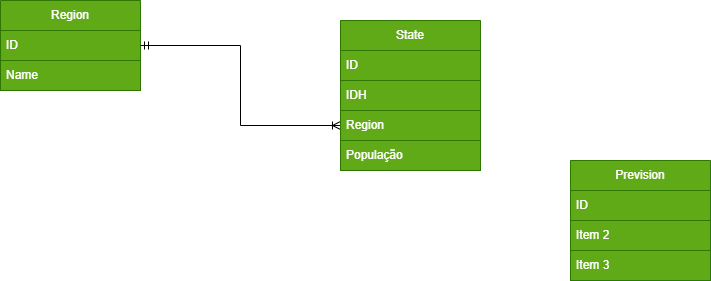
Before: database/lifeProjection.drawio.png, a diagram exported from draw.io (JoaoGabrielPereiraLopes/LifeProjection). Source tidied: cells renumbered, new cells last; positions are measured from the earlier drawing's top-left corner, leaving out a move shared by most shapes.
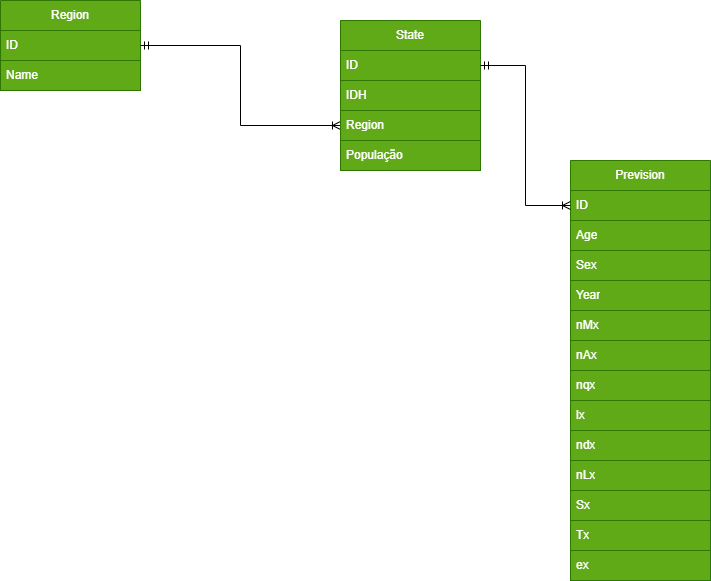
After the commit.

Diff of the diagram source:
```diff
@@ -14,7 +14,7 @@
     <mxCell id="5" style="edgeStyle=orthogonalEdgeStyle;rounded=0;jettySize=auto;html=1;exitX=1;exitY=0.5;exitDx=0;exitDy=0;entryX=0;entryY=0.5;entryDx=0;entryDy=0;startArrow=ERmandOne;startFill=0;endArrow=ERoneToMany;endFill=0;" parent="1" edge="1" source="3" target="9">
       <mxGeometry relative="1" as="geometry" />
     </mxCell>
-    <mxCell id="6" style="group;" parent="1" vertex="1">
+    <mxCell id="6" value="g" style="group;" parent="1" vertex="1">
       <mxGeometry x="340" y="20" width="140" height="120" as="geometry" />
     </mxCell>
     <mxCell id="7" value="State" style="swimlane;fontStyle=0;horizontal=1;startSize=30;whiteSpace=wrap;html=1;fillColor=#60a917;fontColor=#ffffff;strokeColor=#2D7600;" parent="6" vertex="1">
@@ -33,16 +33,49 @@
       <mxGeometry x="340" y="140" width="140" height="30" as="geometry" />
     </mxCell>
     <mxCell id="12" value="Prevision" style="swimlane;fontStyle=0;horizontal=1;startSize=30;whiteSpace=wrap;html=1;fillColor=#60a917;fontColor=#ffffff;strokeColor=#2D7600;" parent="1" vertex="1">
-      <mxGeometry x="570" y="160" width="140" height="120" as="geometry" />
+      <mxGeometry x="570" y="160" width="140" height="60" as="geometry" />
     </mxCell>
     <mxCell id="13" value="ID" style="text;strokeColor=#2D7600;fillColor=#60a917;align=left;verticalAlign=middle;spacingLeft=4;spacingRight=4;overflow=hidden;points=[[0,0.5],[1,0.5]];portConstraint=eastwest;whiteSpace=wrap;html=1;fontColor=#ffffff;" parent="12" vertex="1">
       <mxGeometry y="30" width="140" height="30" as="geometry" />
     </mxCell>
+    <mxCell id="16" style="edgeStyle=orthogonalEdgeStyle;rounded=0;jettySize=auto;html=1;exitX=1;exitY=0.5;exitDx=0;exitDy=0;entryX=0;entryY=0.5;entryDx=0;entryDy=0;startArrow=ERmandOne;startFill=0;endArrow=ERoneToMany;endFill=0;" parent="1" edge="1" source="8" target="13">
+      <mxGeometry relative="1" as="geometry" />
+    </mxCell>
-    <mxCell id="14" value="Item 2" style="text;strokeColor=#2D7600;fillColor=#60a917;align=left;verticalAlign=middle;spacingLeft=4;spacingRight=4;overflow=hidden;whiteSpace=wrap;html=1;fontColor=#ffffff;" parent="12" vertex="1">
-      <mxGeometry y="60" width="140" height="30" as="geometry" />
+    <mxCell id="14" value="Age" style="text;strokeColor=#2D7600;fillColor=#60a917;align=left;verticalAlign=middle;spacingLeft=4;spacingRight=4;overflow=hidden;whiteSpace=wrap;html=1;fontColor=#ffffff;" parent="1" vertex="1">
+      <mxGeometry x="570" y="220" width="140" height="30" as="geometry" />
     </mxCell>
-    <mxCell id="15" value="Item 3" style="text;strokeColor=#2D7600;fillColor=#60a917;align=left;verticalAlign=middle;spacingLeft=4;spacingRight=4;overflow=hidden;whiteSpace=wrap;html=1;fontColor=#ffffff;" parent="12" vertex="1">
-      <mxGeometry y="90" width="140" height="30" as="geometry" />
+    <mxCell id="15" value="Sex" style="text;strokeColor=#2D7600;fillColor=#60a917;align=left;verticalAlign=middle;spacingLeft=4;spacingRight=4;overflow=hidden;whiteSpace=wrap;html=1;fontColor=#ffffff;" parent="1" vertex="1">
+      <mxGeometry x="570" y="250" width="140" height="30" as="geometry" />
     </mxCell>
+    <mxCell id="17" value="Year" style="text;strokeColor=#2D7600;fillColor=#60a917;align=left;verticalAlign=middle;spacingLeft=4;spacingRight=4;overflow=hidden;whiteSpace=wrap;html=1;fontColor=#ffffff;" parent="1" vertex="1">
+      <mxGeometry x="570" y="280" width="140" height="30" as="geometry" />
+    </mxCell>
+    <mxCell id="18" value="nMx" style="text;strokeColor=#2D7600;fillColor=#60a917;align=left;verticalAlign=middle;spacingLeft=4;spacingRight=4;overflow=hidden;whiteSpace=wrap;html=1;fontColor=#ffffff;" parent="1" vertex="1">
+      <mxGeometry x="570" y="310" width="140" height="30" as="geometry" />
+    </mxCell>
+    <mxCell id="19" value="nAx" style="text;strokeColor=#2D7600;fillColor=#60a917;align=left;verticalAlign=middle;spacingLeft=4;spacingRight=4;overflow=hidden;whiteSpace=wrap;html=1;fontColor=#ffffff;" parent="1" vertex="1">
+      <mxGeometry x="570" y="340" width="140" height="30" as="geometry" />
+    </mxCell>
+    <mxCell id="20" value="nqx" style="text;strokeColor=#2D7600;fillColor=#60a917;align=left;verticalAlign=middle;spacingLeft=4;spacingRight=4;overflow=hidden;whiteSpace=wrap;html=1;fontColor=#ffffff;" parent="1" vertex="1">
+      <mxGeometry x="570" y="370" width="140" height="30" as="geometry" />
+    </mxCell>
+    <mxCell id="21" value="lx" style="text;strokeColor=#2D7600;fillColor=#60a917;align=left;verticalAlign=middle;spacingLeft=4;spacingRight=4;overflow=hidden;whiteSpace=wrap;html=1;fontColor=#ffffff;" parent="1" vertex="1">
+      <mxGeometry x="570" y="400" width="140" height="30" as="geometry" />
+    </mxCell>
+    <mxCell id="22" value="ndx" style="text;strokeColor=#2D7600;fillColor=#60a917;align=left;verticalAlign=middle;spacingLeft=4;spacingRight=4;overflow=hidden;whiteSpace=wrap;html=1;fontColor=#ffffff;" parent="1" vertex="1">
+      <mxGeometry x="570" y="430" width="140" height="30" as="geometry" />
+    </mxCell>
+    <mxCell id="23" value="Sx" style="text;strokeColor=#2D7600;fillColor=#60a917;align=left;verticalAlign=middle;spacingLeft=4;spacingRight=4;overflow=hidden;whiteSpace=wrap;html=1;fontColor=#ffffff;" parent="1" vertex="1">
+      <mxGeometry x="570" y="490" width="140" height="30" as="geometry" />
+    </mxCell>
+    <mxCell id="24" value="nLx" style="text;strokeColor=#2D7600;fillColor=#60a917;align=left;verticalAlign=middle;spacingLeft=4;spacingRight=4;overflow=hidden;whiteSpace=wrap;html=1;fontColor=#ffffff;" parent="1" vertex="1">
+      <mxGeometry x="570" y="460" width="140" height="30" as="geometry" />
+    </mxCell>
+    <mxCell id="25" value="Tx" style="text;strokeColor=#2D7600;fillColor=#60a917;align=left;verticalAlign=middle;spacingLeft=4;spacingRight=4;overflow=hidden;whiteSpace=wrap;html=1;fontColor=#ffffff;" parent="1" vertex="1">
+      <mxGeometry x="570" y="520" width="140" height="30" as="geometry" />
+    </mxCell>
+    <mxCell id="26" value="e&lt;span style=&quot;background-color: transparent; color: light-dark(rgb(255, 255, 255), rgb(18, 18, 18));&quot;&gt;x&lt;/span&gt;" style="text;strokeColor=#2D7600;fillColor=#60a917;align=left;verticalAlign=middle;spacingLeft=4;spacingRight=4;overflow=hidden;whiteSpace=wrap;html=1;fontColor=#ffffff;" parent="1" vertex="1">
+      <mxGeometry x="570" y="550" width="140" height="30" as="geometry" />
+    </mxCell>
   </root>
 </mxGraphModel>
```
